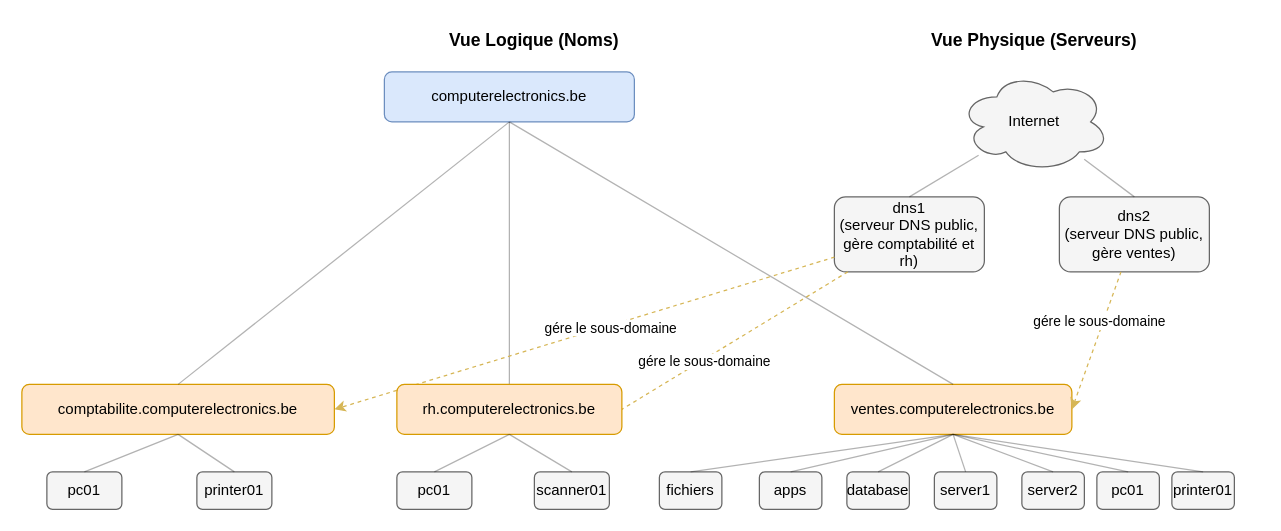
Above: diagrams/dns_vues.drawio in choquitofrito/ActiveDirectory (draw.io), before the change. Source tidied: cells renumbered, new cells numbered last; positions are measured from the earlier drawing's top-left corner, leaving out a move shared by most shapes. Both pictures are drawn from the tidied source at 125%, with x=0, y=0 at pixel (21, 21).
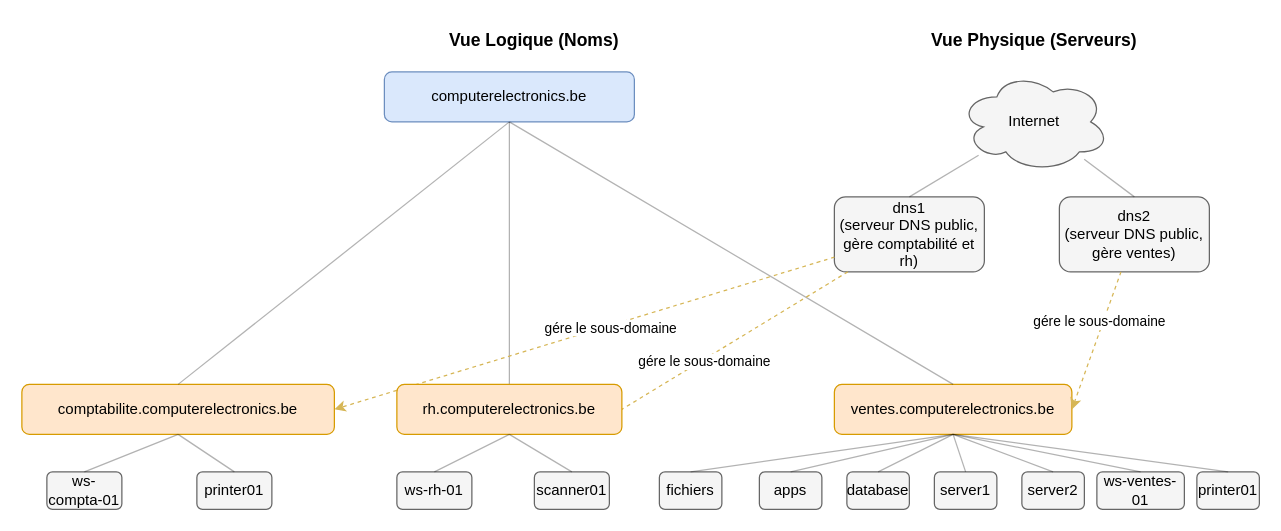
Above is the later version.

Change to the diagram source:
```diff
@@
-    <mxCell id="21" value="pc01" style="rounded=1;whiteSpace=wrap;html=1;fillColor=#f5f5f5;strokeColor=#666666;" parent="1" vertex="1">
+    <mxCell id="21" value="ws-compta-01" style="rounded=1;whiteSpace=wrap;html=1;fillColor=#f5f5f5;strokeColor=#666666;" parent="1" vertex="1">
       <mxGeometry x="20" y="360" width="60" height="30" as="geometry" />
     </mxCell>
@@
-    <mxCell id="23" value="pc01" style="rounded=1;whiteSpace=wrap;html=1;fillColor=#f5f5f5;strokeColor=#666666;" parent="1" vertex="1">
+    <mxCell id="23" value="ws-rh-01" style="rounded=1;whiteSpace=wrap;html=1;fillColor=#f5f5f5;strokeColor=#666666;" parent="1" vertex="1">
       <mxGeometry x="300" y="360" width="60" height="30" as="geometry" />
     </mxCell>
@@
-    <mxCell id="37" value="pc01" style="rounded=1;whiteSpace=wrap;html=1;fillColor=#f5f5f5;strokeColor=#666666;" parent="1" vertex="1">
-      <mxGeometry x="860" y="360" width="50" height="30" as="geometry" />
+    <mxCell id="37" value="ws-ventes-01" style="rounded=1;whiteSpace=wrap;html=1;fillColor=#f5f5f5;strokeColor=#666666;" parent="1" vertex="1">
+      <mxGeometry x="860" y="360" width="70" height="30" as="geometry" />
     </mxCell>
     <mxCell id="38" value="printer01" style="rounded=1;whiteSpace=wrap;html=1;fillColor=#f5f5f5;strokeColor=#666666;" parent="1" vertex="1">
-      <mxGeometry x="920" y="360" width="50" height="30" as="geometry" />
+      <mxGeometry x="940" y="360" width="50" height="30" as="geometry" />
     </mxCell>
```
